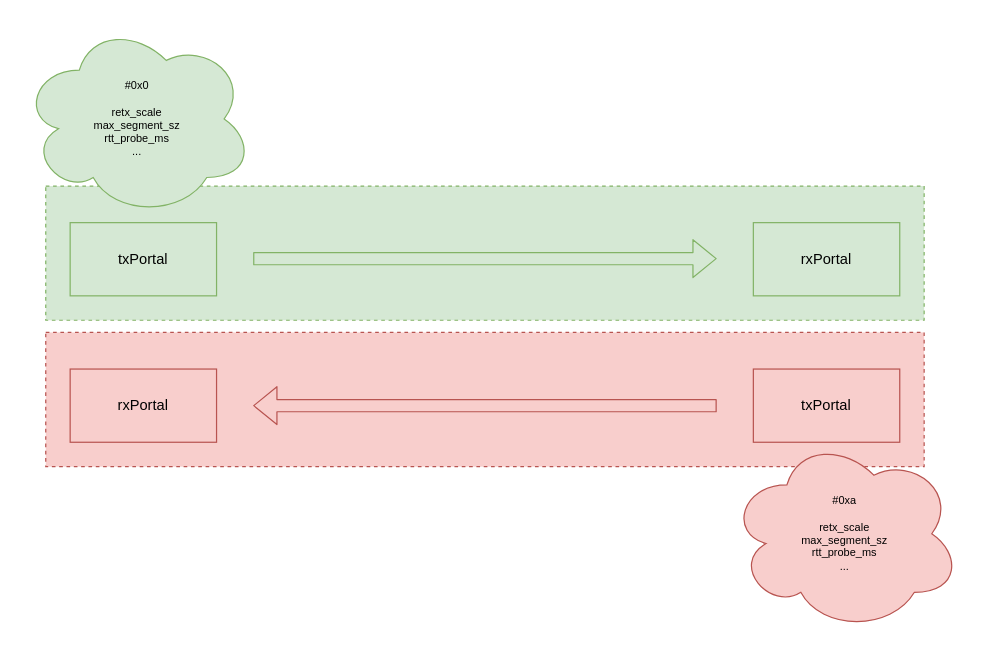
This is docs/images/concepts/profiles.drawio from openziti/dilithium, a draw.io file, before an edit. Source tidied: cells renumbered, new cells numbered last; positions are measured from the earlier drawing's top-left corner, leaving out a move shared by most shapes. Both pictures are drawn from the tidied source at 122%, with x=0, y=0 at pixel (21, 21).
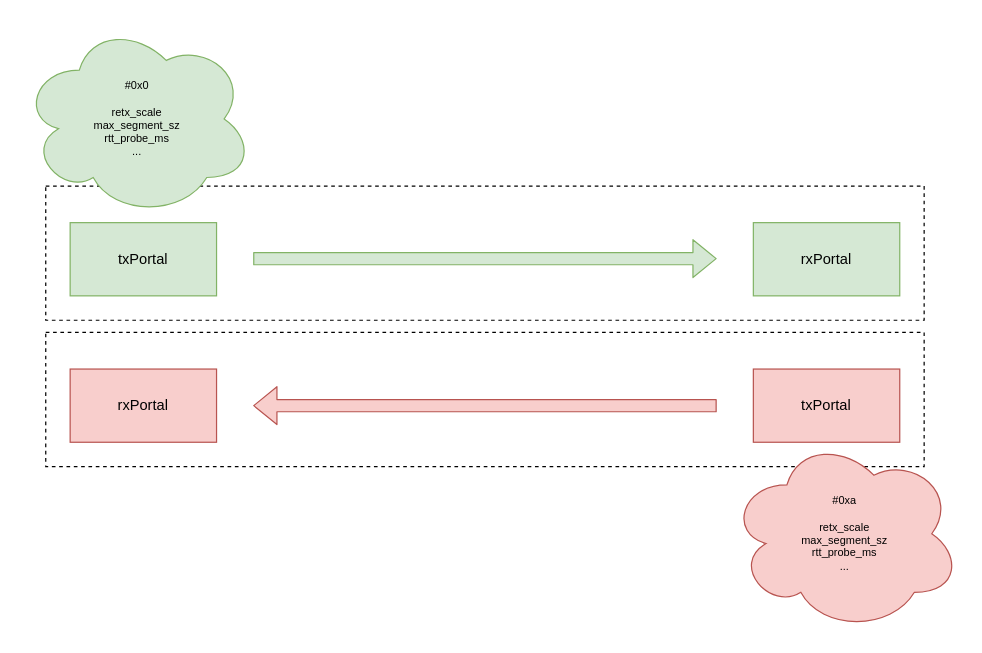
The same page after the edit.

Commit message (it also covers changes not shown here):
Too much color.

What changed in the source:
```diff
@@
 <mxGraphModel>
   <root>
     <mxCell id="0" />
     <mxCell id="1" parent="0" />
-    <mxCell id="2" style="rounded=0;whiteSpace=wrap;html=1;fillColor=#f8cecc;dashed=1;strokeColor=#b85450;" parent="1" vertex="1">
+    <mxCell id="2" style="rounded=0;whiteSpace=wrap;html=1;dashed=1;fillColor=none;" parent="1" vertex="1">
       <mxGeometry x="20" y="255" width="720" height="110" as="geometry" />
     </mxCell>
-    <mxCell id="3" style="rounded=0;whiteSpace=wrap;html=1;fillColor=#d5e8d4;dashed=1;strokeColor=#82b366;" parent="1" vertex="1">
+    <mxCell id="3" style="rounded=0;whiteSpace=wrap;html=1;dashed=1;fillColor=none;" parent="1" vertex="1">
       <mxGeometry x="20" y="135" width="720" height="110" as="geometry" />
     </mxCell>
     <mxCell id="4" value="txPortal" style="rounded=0;whiteSpace=wrap;html=1;fillColor=#d5e8d4;strokeColor=#82b366;" parent="1" vertex="1">
       <mxGeometry x="40" y="165" width="120" height="60" as="geometry" />
     </mxCell>
     <mxCell id="5" value="rxPortal" style="rounded=0;whiteSpace=wrap;html=1;fillColor=#d5e8d4;strokeColor=#82b366;" parent="1" vertex="1">
       <mxGeometry x="600" y="165" width="120" height="60" as="geometry" />
     </mxCell>
     <mxCell id="6" style="shape=flexArrow;endArrow=classic;html=1;fillColor=#d5e8d4;strokeColor=#82b366;" parent="1" edge="1">
       <mxGeometry relative="1" as="geometry">
         <mxPoint x="190" y="194.5" as="sourcePoint" />
         <mxPoint x="570" y="194.5" as="targetPoint" />
       </mxGeometry>
     </mxCell>
     <mxCell id="7" value="rxPortal" style="rounded=0;whiteSpace=wrap;html=1;fillColor=#f8cecc;strokeColor=#b85450;" parent="1" vertex="1">
       <mxGeometry x="40" y="285" width="120" height="60" as="geometry" />
     </mxCell>
     <mxCell id="8" value="txPortal" style="rounded=0;whiteSpace=wrap;html=1;fillColor=#f8cecc;strokeColor=#b85450;" parent="1" vertex="1">
       <mxGeometry x="600" y="285" width="120" height="60" as="geometry" />
     </mxCell>
     <mxCell id="9" style="shape=flexArrow;endArrow=classic;html=1;fillColor=#f8cecc;strokeColor=#b85450;" parent="1" edge="1">
       <mxGeometry relative="1" as="geometry">
         <mxPoint x="570" y="315" as="sourcePoint" />
         <mxPoint x="190" y="315" as="targetPoint" />
       </mxGeometry>
     </mxCell>
     <mxCell id="10" value="#0x0&lt;br&gt;&lt;br&gt;retx_scale&lt;br&gt;max_segment_sz&lt;br&gt;rtt_probe_ms&lt;br&gt;..." style="ellipse;shape=cloud;whiteSpace=wrap;html=1;fontSize=9;align=center;fillColor=#d5e8d4;strokeColor=#82b366;" parent="1" vertex="1">
       <mxGeometry width="190" height="160" as="geometry" />
     </mxCell>
     <mxCell id="11" value="#0xa&lt;br&gt;&lt;br&gt;retx_scale&lt;br&gt;max_segment_sz&lt;br&gt;rtt_probe_ms&lt;br&gt;..." style="ellipse;shape=cloud;whiteSpace=wrap;html=1;fontSize=9;align=center;fillColor=#f8cecc;strokeColor=#b85450;" parent="1" vertex="1">
       <mxGeometry x="580" y="340" width="190" height="160" as="geometry" />
     </mxCell>
   </root>
 </mxGraphModel>
```
